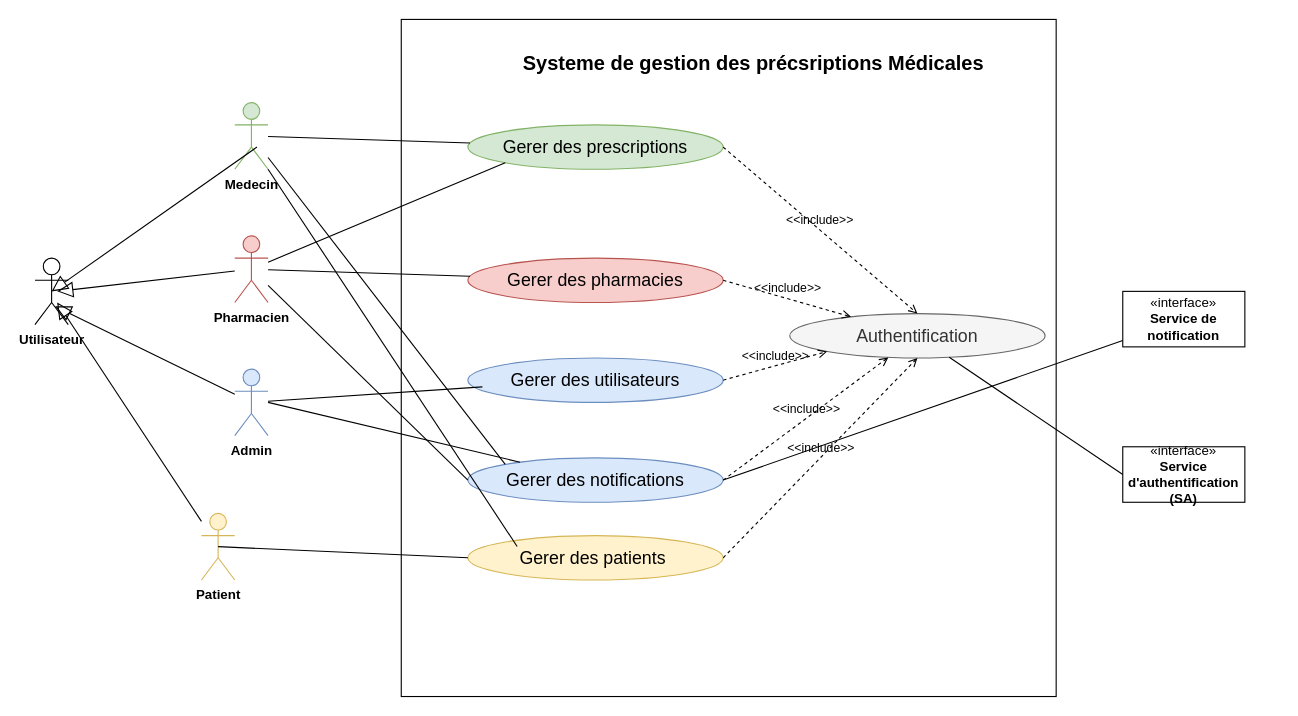
Earlier version of the draw.io diagram Global useCase diagram.drawio (siwar630/Conception-pfe). Source tidied: cells renumbered, new cells numbered last; positions are measured from the earlier drawing's top-left corner, leaving out a move shared by most shapes. Both pictures are drawn from the tidied source at 111%, with x=0, y=0 at pixel (34, 19).
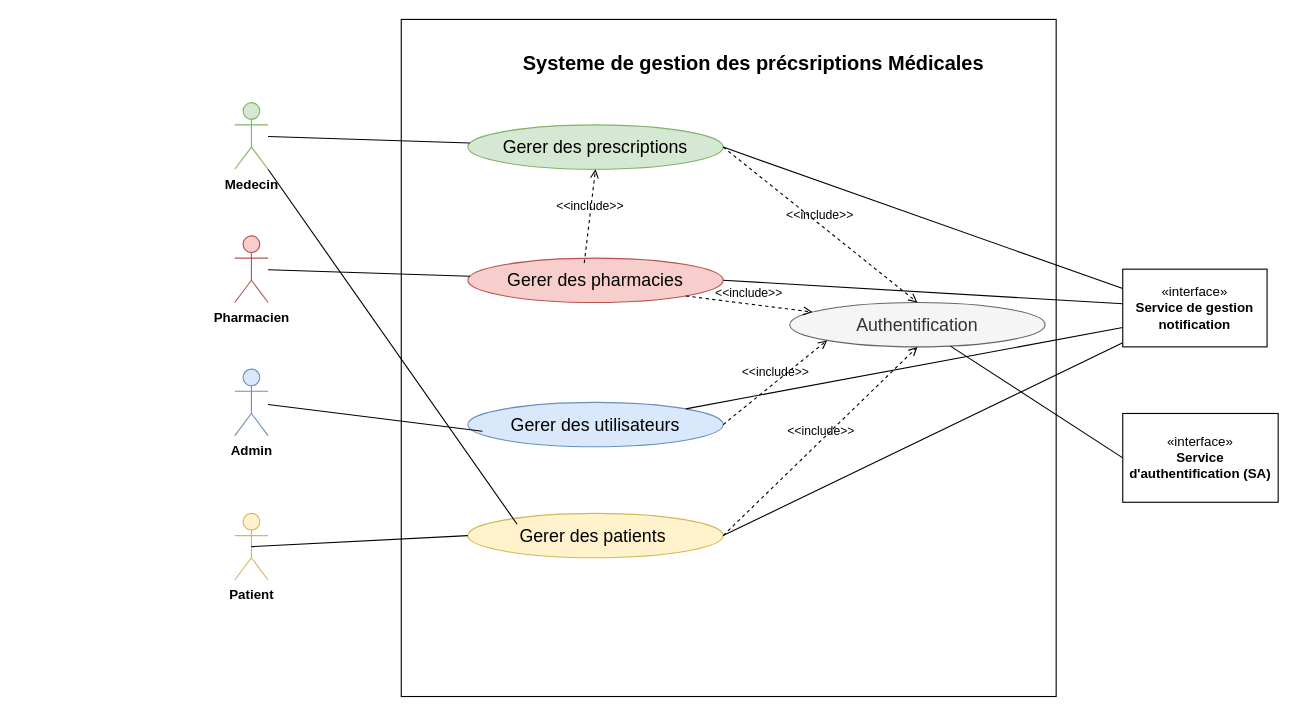
The same page after the edit.

Commit message:
Updated notification service

The change refers to these unchanged cells:
```xml
<mxCell id="4" value="&lt;b&gt;Medecin&lt;/b&gt;" style="shape=umlActor;verticalLabelPosition=bottom;verticalAlign=top;html=1;outlineConnect=0;fillColor=#d5e8d4;strokeColor=#82b366;" parent="1" vertex="1">
  <mxGeometry x="180" y="75" width="30" height="60" as="geometry" />
</mxCell>
<mxCell id="5" value="&lt;b&gt;Pharmacien&lt;/b&gt;" style="shape=umlActor;verticalLabelPosition=bottom;verticalAlign=top;html=1;outlineConnect=0;fillColor=#f8cecc;strokeColor=#b85450;" parent="1" vertex="1">
  <mxGeometry x="180" y="195" width="30" height="60" as="geometry" />
</mxCell>
<mxCell id="8" value="&lt;font style=&quot;font-size: 16px;&quot;&gt;Gerer des prescriptions&lt;/font&gt;" style="ellipse;whiteSpace=wrap;html=1;align=center;fillColor=#d5e8d4;strokeColor=#82b366;" parent="1" vertex="1">
  <mxGeometry x="390" y="95" width="230" height="40" as="geometry" />
</mxCell>
<mxCell id="9" value="&lt;span style=&quot;font-size: 16px;&quot;&gt;Gerer des pha&lt;/span&gt;&lt;span style=&quot;font-size: 16px;&quot;&gt;rmacies&lt;/span&gt;" style="ellipse;whiteSpace=wrap;html=1;align=center;fillColor=#f8cecc;strokeColor=#b85450;" parent="1" vertex="1">
  <mxGeometry x="390" y="215" width="230" height="40" as="geometry" />
</mxCell>
<mxCell id="15" value="&lt;b&gt;Admin&lt;/b&gt;" style="shape=umlActor;verticalLabelPosition=bottom;verticalAlign=top;html=1;outlineConnect=0;fillColor=#dae8fc;strokeColor=#6c8ebf;" parent="1" vertex="1">
  <mxGeometry x="180" y="315" width="30" height="60" as="geometry" />
</mxCell>
```

The edit, as a diff of the source:
```diff
@@
     <mxCell id="6" value="&lt;b&gt;Patient&lt;/b&gt;" style="shape=umlActor;verticalLabelPosition=bottom;verticalAlign=top;html=1;outlineConnect=0;fillColor=#fff2cc;strokeColor=#d6b656;" parent="1" vertex="1">
-      <mxGeometry x="150" y="445" width="30" height="60" as="geometry" />
+      <mxGeometry x="180" y="445" width="30" height="60" as="geometry" />
     </mxCell>
-    <mxCell id="7" value="«interface»&lt;br&gt;&lt;b&gt;Service de notification&lt;/b&gt;" style="html=1;whiteSpace=wrap;" parent="1" vertex="1">
-      <mxGeometry x="980" y="245" width="110" height="50" as="geometry" />
+    <mxCell id="7" value="«interface»&lt;br&gt;&lt;b&gt;Service de gestion notification&lt;/b&gt;" style="html=1;whiteSpace=wrap;" parent="1" vertex="1">
+      <mxGeometry x="980" y="225" width="130" height="70" as="geometry" />
     </mxCell>
@@
     <mxCell id="10" value="&lt;span style=&quot;font-size: 16px;&quot;&gt;Gerer des utilisateurs&lt;/span&gt;" style="ellipse;whiteSpace=wrap;html=1;align=center;fillColor=#dae8fc;strokeColor=#6c8ebf;" parent="1" vertex="1">
-      <mxGeometry x="390" y="305" width="230" height="40" as="geometry" />
+      <mxGeometry x="390" y="345" width="230" height="40" as="geometry" />
     </mxCell>
-    <mxCell id="11" value="&lt;span style=&quot;font-size: 16px;&quot;&gt;Gerer des notifications&lt;/span&gt;" style="ellipse;whiteSpace=wrap;html=1;align=center;fillColor=#dae8fc;strokeColor=#6c8ebf;" parent="1" vertex="1">
-      <mxGeometry x="390" y="395" width="230" height="40" as="geometry" />
-    </mxCell>
     <mxCell id="12" value="&lt;span style=&quot;font-size: 16px;&quot;&gt;Gerer des patients&amp;nbsp;&lt;/span&gt;" style="ellipse;whiteSpace=wrap;html=1;align=center;fillColor=#fff2cc;strokeColor=#d6b656;" parent="1" vertex="1">
-      <mxGeometry x="390" y="465" width="230" height="40" as="geometry" />
+      <mxGeometry x="390" y="445" width="230" height="40" as="geometry" />
     </mxCell>
     <mxCell id="13" value="&lt;span style=&quot;font-size: 16px;&quot;&gt;Authentification&lt;/span&gt;" style="ellipse;whiteSpace=wrap;html=1;align=center;fillColor=#f5f5f5;fontColor=#333333;strokeColor=#666666;" parent="1" vertex="1">
-      <mxGeometry x="680" y="265" width="230" height="40" as="geometry" />
+      <mxGeometry x="680" y="255" width="230" height="40" as="geometry" />
     </mxCell>
     <mxCell id="14" value="«interface»&lt;br&gt;&lt;b&gt;Service d'authentification (SA)&lt;/b&gt;" style="html=1;whiteSpace=wrap;" parent="1" vertex="1">
-      <mxGeometry x="980" y="385" width="110" height="50" as="geometry" />
+      <mxGeometry x="980" y="355" width="140" height="80" as="geometry" />
     </mxCell>
@@
-    <mxCell id="17" style="endArrow=none;html=1;rounded=0;entryX=0;entryY=1;entryDx=0;entryDy=0;" parent="1" edge="1" source="5" target="8">
-      <mxGeometry relative="1" as="geometry" />
-    </mxCell>
@@
-    <mxCell id="20" style="endArrow=none;html=1;rounded=0;" parent="1" edge="1" target="11">
-      <mxGeometry relative="1" as="geometry">
-        <mxPoint x="210" y="345" as="sourcePoint" />
-      </mxGeometry>
-    </mxCell>
@@
-    <mxCell id="24" value="&amp;lt;&amp;lt;include&amp;gt;&amp;gt;" style="edgeStyle=none;html=1;endArrow=open;verticalAlign=bottom;dashed=1;labelBackgroundColor=none;rounded=0;exitX=1;exitY=0.5;exitDx=0;exitDy=0;" parent="1" edge="1" source="9" target="13">
+    <mxCell id="24" value="&amp;lt;&amp;lt;include&amp;gt;&amp;gt;" style="edgeStyle=none;html=1;endArrow=open;verticalAlign=bottom;dashed=1;labelBackgroundColor=none;rounded=0;exitX=1;exitY=1;exitDx=0;exitDy=0;" parent="1" edge="1" source="9" target="13">
       <mxGeometry relative="1" as="geometry" />
     </mxCell>
@@
+    <mxCell id="27" value="&amp;lt;&amp;lt;include&amp;gt;&amp;gt;" style="edgeStyle=none;html=1;endArrow=open;verticalAlign=bottom;dashed=1;labelBackgroundColor=none;rounded=0;exitX=1;exitY=0.5;exitDx=0;exitDy=0;entryX=0.5;entryY=1;entryDx=0;entryDy=0;" parent="1" edge="1" source="12" target="13">
+      <mxGeometry relative="1" as="geometry" />
+    </mxCell>
+    <mxCell id="29" style="edgeStyle=none;html=1;endArrow=none;verticalAlign=bottom;rounded=0;entryX=0;entryY=0.5;entryDx=0;entryDy=0;" parent="1" edge="1" source="13" target="14">
+      <mxGeometry relative="1" as="geometry" />
+    </mxCell>
-    <mxCell id="26" value="&amp;lt;&amp;lt;include&amp;gt;&amp;gt;" style="edgeStyle=none;html=1;endArrow=open;verticalAlign=bottom;dashed=1;labelBackgroundColor=none;rounded=0;exitX=1;exitY=0.5;exitDx=0;exitDy=0;" parent="1" edge="1" source="11" target="13">
+    <mxCell id="26" value="&amp;lt;&amp;lt;include&amp;gt;&amp;gt;" style="edgeStyle=none;html=1;endArrow=open;verticalAlign=bottom;dashed=1;labelBackgroundColor=none;rounded=0;exitX=0.456;exitY=0.11;exitDx=0;exitDy=0;exitPerimeter=0;entryX=0.5;entryY=1;entryDx=0;entryDy=0;" parent="1" edge="1" source="9" target="8">
       <mxGeometry relative="1" as="geometry" />
     </mxCell>
-    <mxCell id="27" value="&amp;lt;&amp;lt;include&amp;gt;&amp;gt;" style="edgeStyle=none;html=1;endArrow=open;verticalAlign=bottom;dashed=1;labelBackgroundColor=none;rounded=0;exitX=1;exitY=0.5;exitDx=0;exitDy=0;entryX=0.5;entryY=1;entryDx=0;entryDy=0;" parent="1" edge="1" source="12" target="13">
-      <mxGeometry relative="1" as="geometry" />
-    </mxCell>
-    <mxCell id="28" style="edgeStyle=none;html=1;endArrow=none;verticalAlign=bottom;rounded=0;exitX=1;exitY=0.5;exitDx=0;exitDy=0;" parent="1" edge="1" source="11" target="7">
-      <mxGeometry relative="1" as="geometry" />
-    </mxCell>
-    <mxCell id="29" style="edgeStyle=none;html=1;endArrow=none;verticalAlign=bottom;rounded=0;entryX=0;entryY=0.5;entryDx=0;entryDy=0;" parent="1" edge="1" source="13" target="14">
-      <mxGeometry relative="1" as="geometry" />
-    </mxCell>
-    <mxCell id="30" value="&lt;b&gt;Utilisateur&lt;/b&gt;" style="shape=umlActor;verticalLabelPosition=bottom;verticalAlign=top;html=1;outlineConnect=0;" parent="1" vertex="1">
-      <mxGeometry y="215" width="30" height="60" as="geometry" />
-    </mxCell>
-    <mxCell id="31" style="edgeStyle=none;html=1;endArrow=block;endFill=0;endSize=12;verticalAlign=bottom;rounded=0;entryX=0.5;entryY=0.5;entryDx=0;entryDy=0;entryPerimeter=0;" parent="1" edge="1" target="30">
-      <mxGeometry relative="1" as="geometry">
-        <mxPoint x="200" y="115" as="sourcePoint" />
-      </mxGeometry>
-    </mxCell>
-    <mxCell id="32" style="edgeStyle=none;html=1;endArrow=block;endFill=0;endSize=12;verticalAlign=bottom;rounded=0;" parent="1" edge="1" source="5">
-      <mxGeometry relative="1" as="geometry">
-        <mxPoint x="20" y="245" as="targetPoint" />
-      </mxGeometry>
-    </mxCell>
-    <mxCell id="33" style="edgeStyle=none;html=1;endArrow=block;endFill=0;endSize=12;verticalAlign=bottom;rounded=0;entryX=0.606;entryY=0.724;entryDx=0;entryDy=0;entryPerimeter=0;" parent="1" edge="1" source="15" target="30">
-      <mxGeometry relative="1" as="geometry" />
-    </mxCell>
-    <mxCell id="34" style="edgeStyle=none;html=1;endArrow=block;endFill=0;endSize=12;verticalAlign=bottom;rounded=0;" parent="1" edge="1" source="6">
-      <mxGeometry relative="1" as="geometry">
-        <mxPoint x="20" y="255" as="targetPoint" />
-      </mxGeometry>
-    </mxCell>
-    <mxCell id="35" style="edgeStyle=none;html=1;endArrow=none;verticalAlign=bottom;rounded=0;entryX=0;entryY=0.5;entryDx=0;entryDy=0;" parent="1" edge="1" source="5" target="11">
-      <mxGeometry relative="1" as="geometry" />
-    </mxCell>
-    <mxCell id="36" style="edgeStyle=none;html=1;endArrow=none;verticalAlign=bottom;rounded=0;entryX=0;entryY=0;entryDx=0;entryDy=0;" parent="1" edge="1" source="4" target="11">
-      <mxGeometry relative="1" as="geometry" />
-    </mxCell>
+    <mxCell id="37" style="edgeStyle=none;html=1;endArrow=none;verticalAlign=bottom;rounded=0;exitX=1;exitY=0;exitDx=0;exitDy=0;entryX=0;entryY=0.75;entryDx=0;entryDy=0;" parent="1" edge="1" source="10" target="7">
+      <mxGeometry relative="1" as="geometry" />
+    </mxCell>
+    <mxCell id="38" style="edgeStyle=none;html=1;endArrow=none;verticalAlign=bottom;rounded=0;exitX=1;exitY=0.5;exitDx=0;exitDy=0;" parent="1" edge="1" source="12" target="7">
+      <mxGeometry relative="1" as="geometry" />
+    </mxCell>
+    <mxCell id="39" style="edgeStyle=none;html=1;endArrow=none;verticalAlign=bottom;rounded=0;exitX=1;exitY=0.5;exitDx=0;exitDy=0;" parent="1" edge="1" source="9" target="7">
+      <mxGeometry relative="1" as="geometry" />
+    </mxCell>
+    <mxCell id="40" style="edgeStyle=none;html=1;endArrow=none;verticalAlign=bottom;rounded=0;exitX=1;exitY=0.5;exitDx=0;exitDy=0;entryX=0;entryY=0.25;entryDx=0;entryDy=0;" parent="1" edge="1" source="8" target="7">
+      <mxGeometry relative="1" as="geometry" />
+    </mxCell>
```
